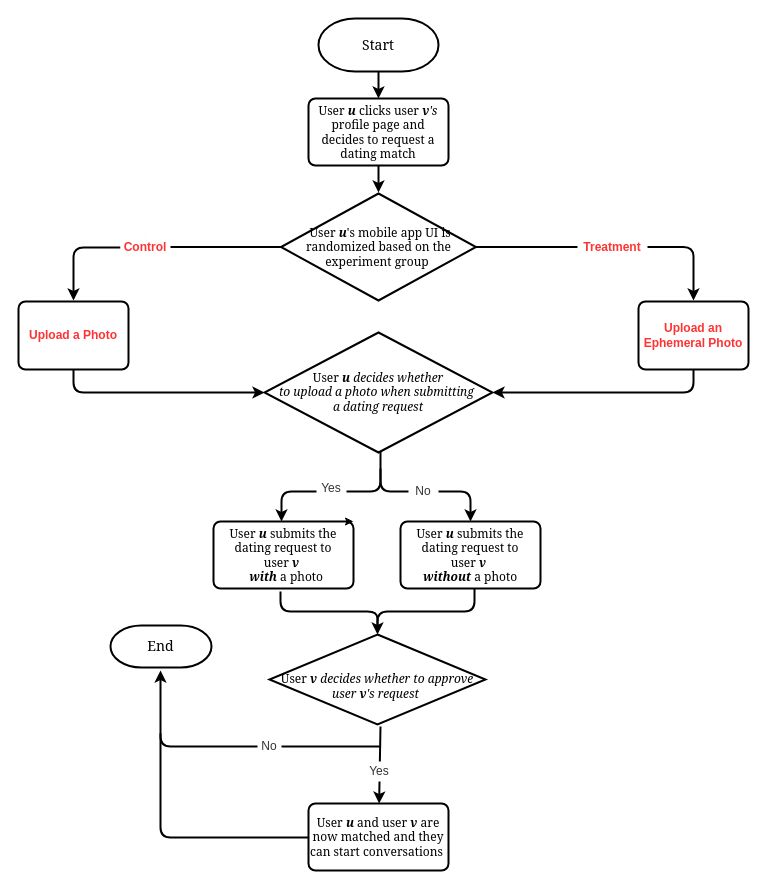
Before: Summer Experiment Ephemeral Flow Chart.drawio in yilihong/draw.io, a draw.io diagram. Source tidied: cells renumbered, new cells numbered last; positions are measured from the earlier drawing's top-left corner, leaving out a move shared by most shapes. Both pictures are drawn from the tidied source at 100%, with x=0, y=0 at pixel (18, 18).
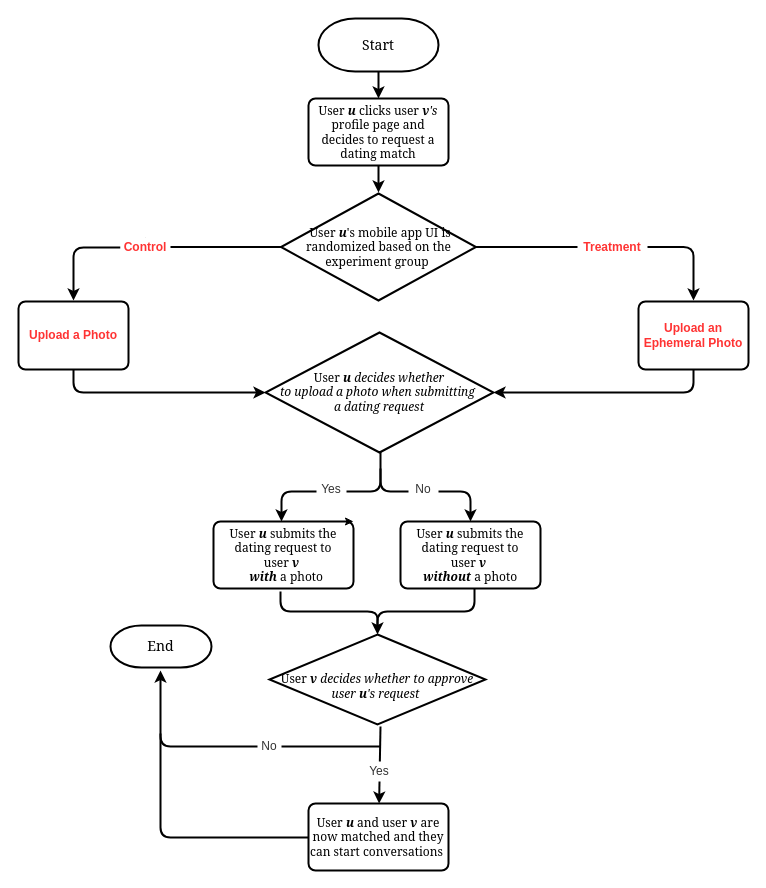
The same page after the edit.

Change to the diagram source:
```diff
@@
     <mxCell id="10" value="&lt;font face=&quot;Georgia&quot;&gt;User &lt;b style=&quot;font-style: italic&quot;&gt;u &lt;/b&gt;&lt;i&gt;decides whether &lt;br&gt;to upload a &lt;/i&gt;&lt;i&gt;photo when submitting&amp;nbsp;&lt;br&gt;a dating request&lt;/i&gt;&lt;/font&gt;" style="strokeWidth=2;html=1;shape=mxgraph.flowchart.decision;whiteSpace=wrap;" parent="1" vertex="1">
-      <mxGeometry x="246" y="314" width="228" height="120" as="geometry" />
+      <mxGeometry x="247" y="314" width="228" height="120" as="geometry" />
     </mxCell>
@@
-    <mxCell id="18" value="&lt;font face=&quot;Georgia&quot;&gt;&lt;br&gt;User &lt;i&gt;&lt;b&gt;v&amp;nbsp;&lt;/b&gt;decides whether to approve user&amp;nbsp;&lt;b&gt;v&lt;/b&gt;'s request&lt;/i&gt;&amp;nbsp;&lt;/font&gt;" style="strokeWidth=2;html=1;shape=mxgraph.flowchart.decision;whiteSpace=wrap;" parent="1" vertex="1">
+    <mxCell id="18" value="&lt;font face=&quot;Georgia&quot;&gt;&lt;br&gt;User &lt;i&gt;&lt;b&gt;v&amp;nbsp;&lt;/b&gt;decides whether to approve &lt;br&gt;user &lt;b&gt;u&lt;/b&gt;'s request&lt;/i&gt;&amp;nbsp;&lt;/font&gt;" style="strokeWidth=2;html=1;shape=mxgraph.flowchart.decision;whiteSpace=wrap;" parent="1" vertex="1">
       <mxGeometry x="251" y="616" width="216" height="90" as="geometry" />
     </mxCell>
@@
     <mxCell id="29" value="No" style="text;html=1;align=center;verticalAlign=middle;whiteSpace=wrap;rounded=0;shadow=0;fillColor=#FFFFFF;strokeColor=none;fontColor=#333333;" parent="1" vertex="1">
-      <mxGeometry x="390" y="463" width="30" height="20" as="geometry" />
+      <mxGeometry x="390" y="461" width="30" height="20" as="geometry" />
     </mxCell>
@@
     <mxCell id="31" value="Yes" style="text;html=1;align=center;verticalAlign=middle;whiteSpace=wrap;rounded=0;shadow=0;fillColor=#FFFFFF;strokeColor=none;fontColor=#333333;" parent="1" vertex="1">
-      <mxGeometry x="298" y="460" width="30" height="20" as="geometry" />
+      <mxGeometry x="298" y="461" width="30" height="20" as="geometry" />
     </mxCell>
```
